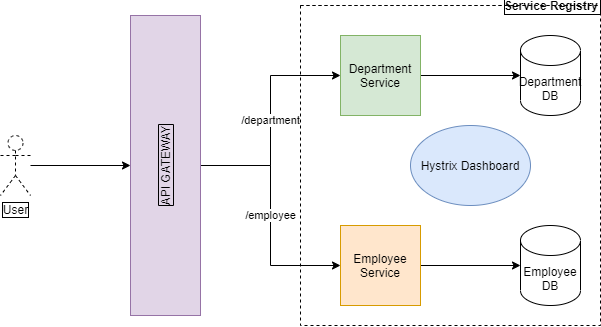
jkrishnarao2003/microservices-demo keeps this draw.io diagram as docs/microservices-demo.png. Above is the earlier version. Source tidied: cells renumbered, new cells last; positions are measured from the earlier drawing's top-left corner, leaving out a move shared by most shapes.
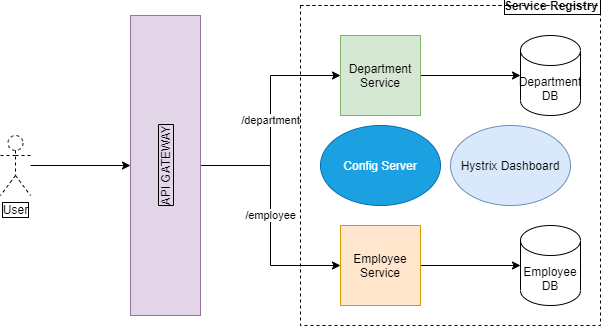
After the commit.

Diff of the diagram source:
```diff
@@ -24,8 +24,11 @@
       <mxGeometry x="300" width="300" height="320" as="geometry" />
     </mxCell>
     <mxCell id="9" value="Hystrix Dashboard" style="ellipse;whiteSpace=wrap;html=1;fillColor=#dae8fc;strokeColor=#6c8ebf;" parent="8" vertex="1">
-      <mxGeometry x="110" y="120" width="120" height="80" as="geometry" />
+      <mxGeometry x="150" y="120" width="120" height="80" as="geometry" />
     </mxCell>
+    <mxCell id="15" value="Config Server" style="ellipse;whiteSpace=wrap;html=1;fillColor=#1ba1e2;strokeColor=#006EAF;fontColor=#ffffff;" parent="8" vertex="1">
+      <mxGeometry x="20" y="120" width="120" height="80" as="geometry" />
+    </mxCell>
     <mxCell id="10" style="edgeStyle=orthogonalEdgeStyle;rounded=0;jettySize=auto;html=1;" parent="1" edge="1" source="11" target="14">
       <mxGeometry relative="1" as="geometry" />
     </mxCell>
```
